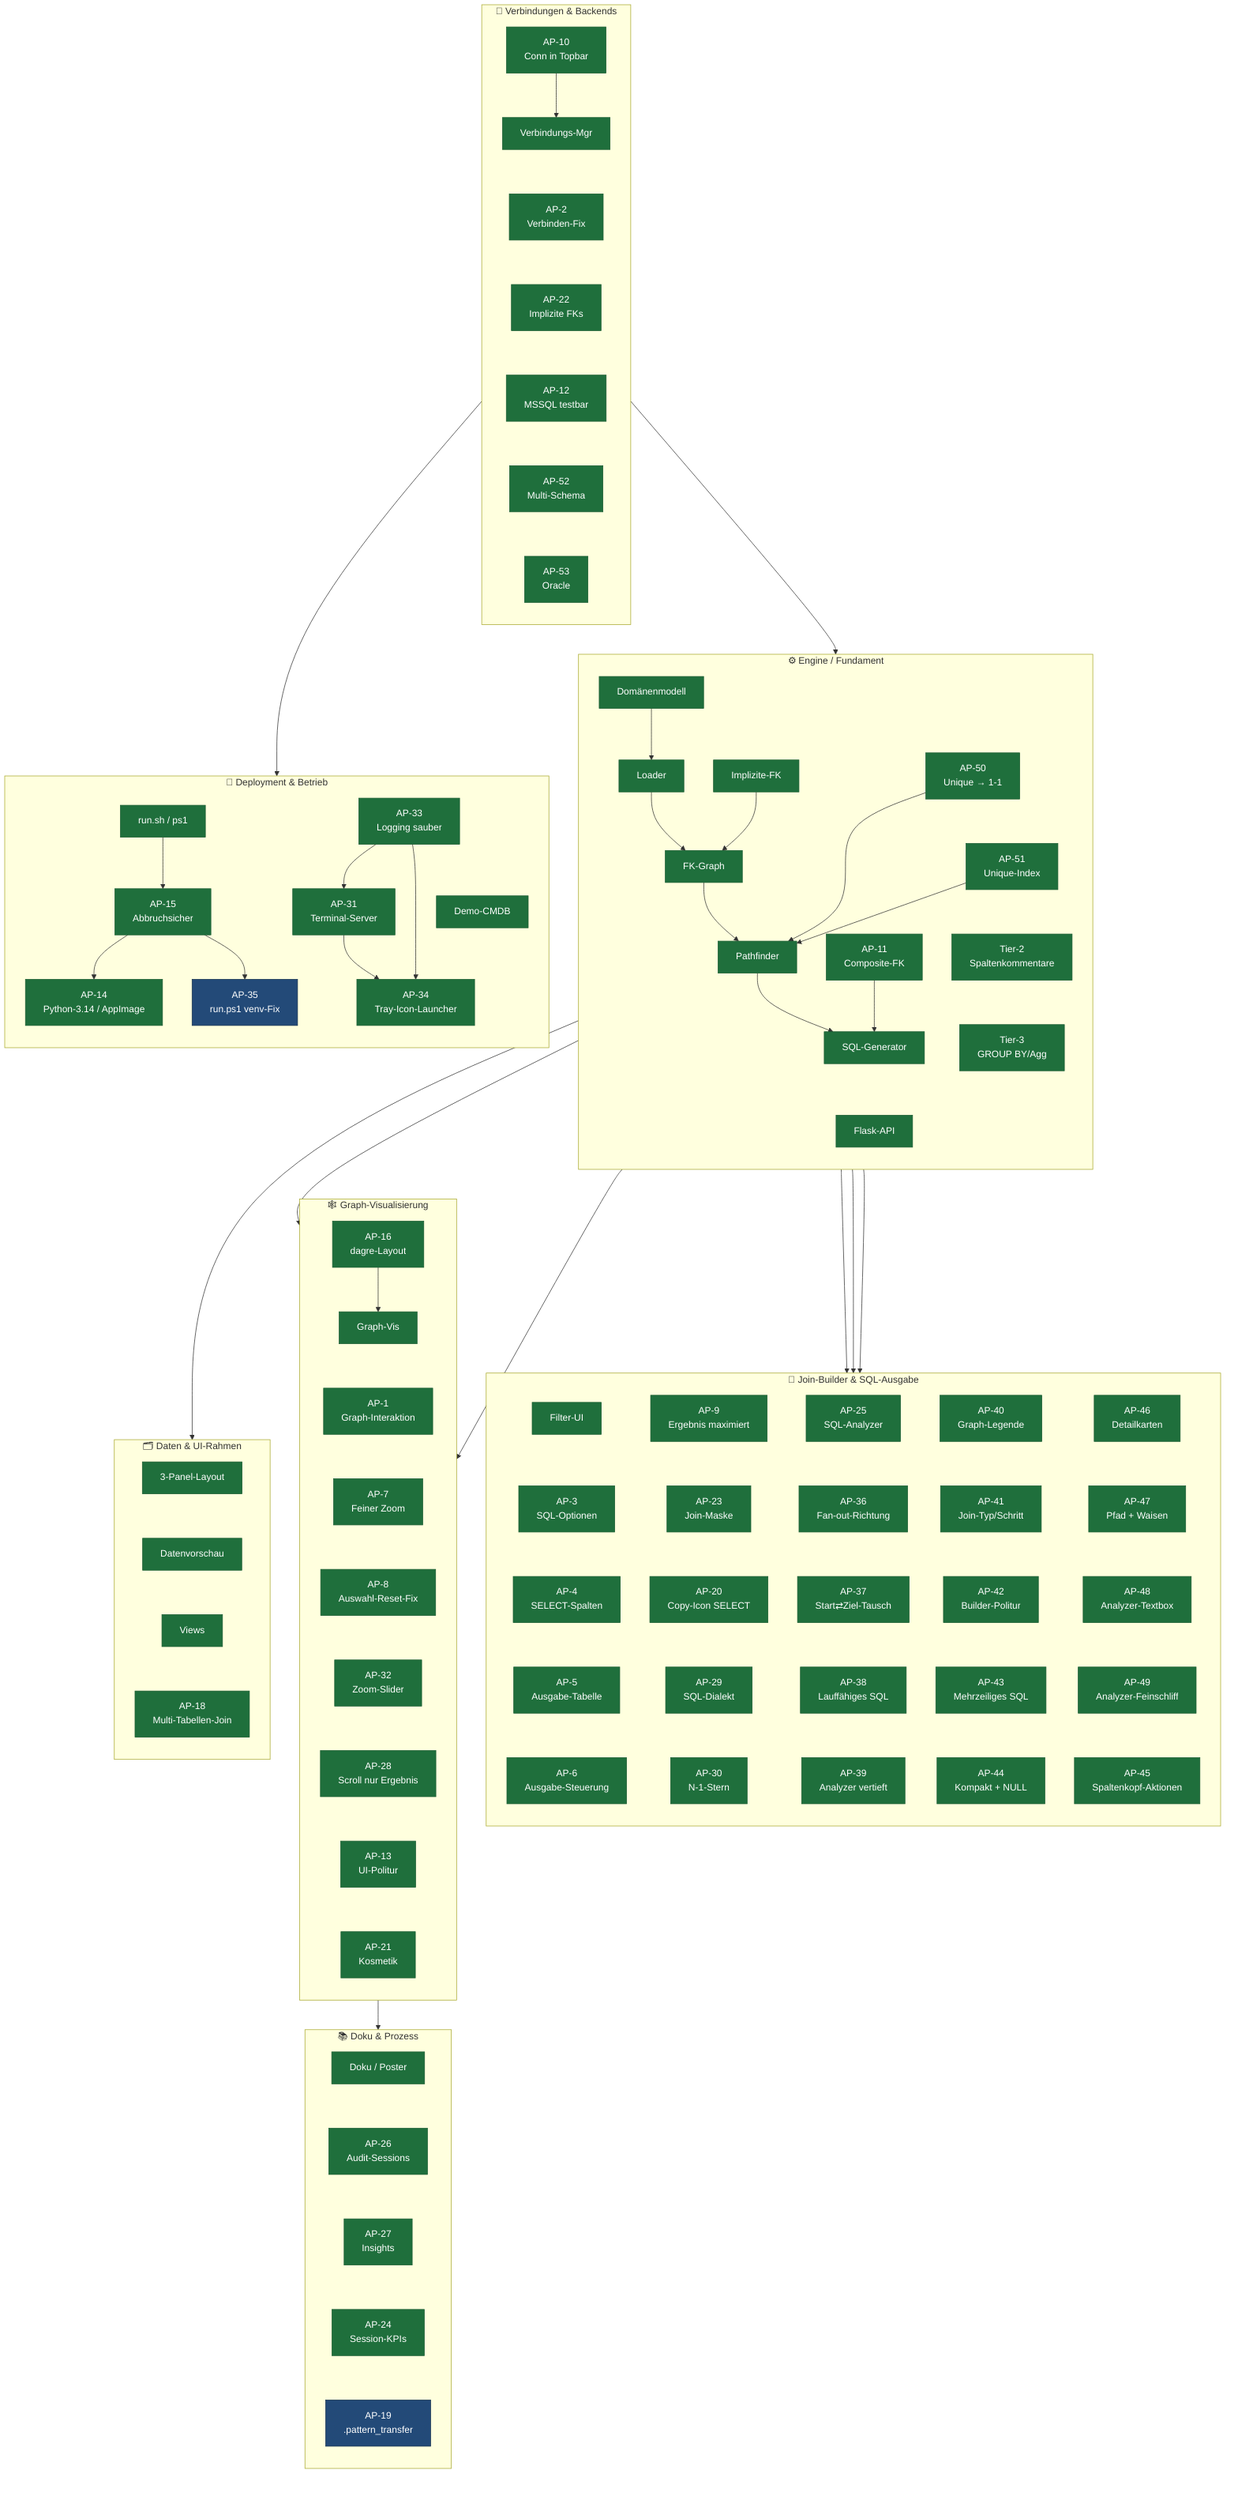
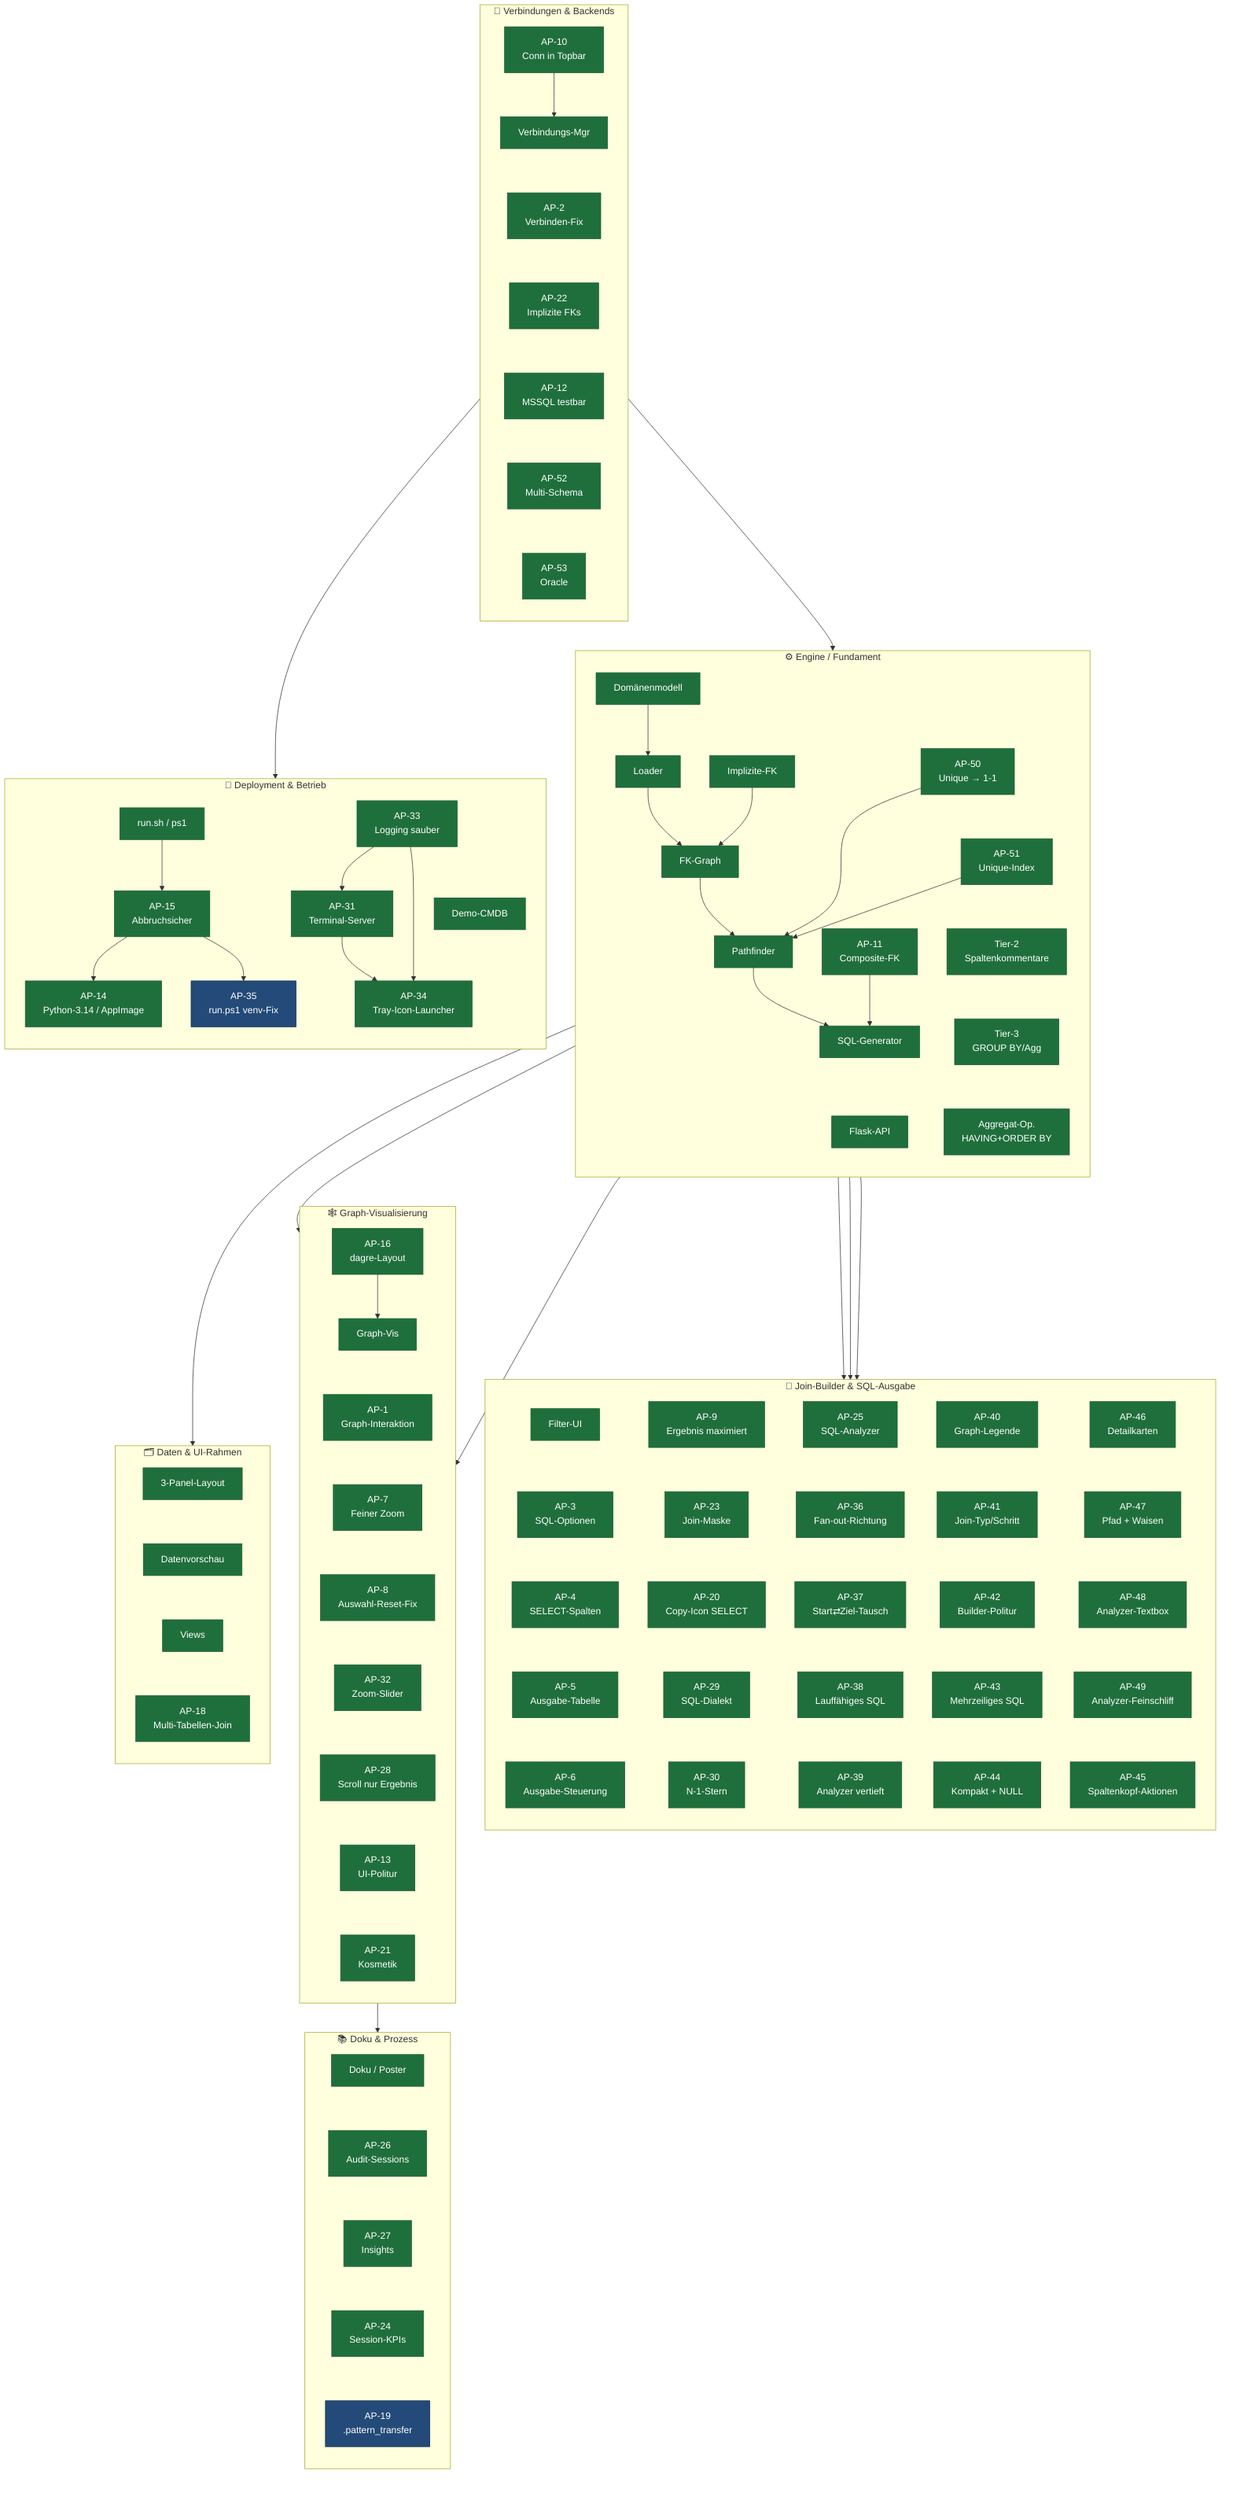
flowchart TB
    classDef done fill:#1f6f3c,color:#fff,stroke:#1a5c32,stroke-width:1px
    classDef plan fill:#234a78,color:#fff,stroke:#16314f,stroke-width:1px

    %% ── C1 · Engine / Fundament ──────────────────────────────────────────
    subgraph C1["⚙️  Engine / Fundament"]
        direction TB
        E1["Domänenmodell"]
        E2["Loader"]
        E3["FK-Graph"]
        E4["Pathfinder"]
        E5["SQL-Generator"]
        E6["Flask-API"]
        E7["AP-11\nComposite-FK"]
        E8["Implizite-FK"]
        E9["AP-50\nUnique → 1-1"]
        E10["AP-51\nUnique-Index"]
        E11["Tier-2\nSpaltenkommentare"]
        E12["Tier-3\nGROUP BY/Agg"]
+         E13["Aggregat-Op.\nHAVING+ORDER BY"]
        E1 --> E2 --> E3 --> E4 --> E5
        E7 --> E5
        E8 --> E3
        E9 --> E4
        E10 --> E4
        E5 ~~~ E6
        E9 ~~~ E10
        E10 ~~~ E11
        E11 ~~~ E12
+         E12 ~~~ E13
    end

    %% ── C2 · Verbindungen & Backends ─────────────────────────────────────
    subgraph C2["🔌  Verbindungen & Backends"]
        direction TB
        V1["Verbindungs-Mgr"]
        V2["AP-2\nVerbinden-Fix"]
        V3["AP-10\nConn in Topbar"]
        V4["AP-12\nMSSQL testbar"]
        V5["AP-22\nImplizite FKs"]
        V6["AP-52\nMulti-Schema"]
        V7["AP-53\nOracle"]
        V3 --> V1
        V1 ~~~ V2 ~~~ V5 ~~~ V4 ~~~ V6 ~~~ V7
    end

    %% ── C3 · Join-Builder & SQL-Ausgabe ──────────────────────────────────
    subgraph C3["🧩  Join-Builder & SQL-Ausgabe"]
        direction TB
        J1["Filter-UI"]
        J2["AP-3\nSQL-Optionen"]
        J3["AP-4\nSELECT-Spalten"]
        J4["AP-5\nAusgabe-Tabelle"]
        J5["AP-6\nAusgabe-Steuerung"]
        J6["AP-9\nErgebnis maximiert"]
        J7["AP-23\nJoin-Maske"]
        J8["AP-20\nCopy-Icon SELECT"]
        J9["AP-29\nSQL-Dialekt"]
        J10["AP-30\nN-1-Stern"]
        J11["AP-25\nSQL-Analyzer"]
        J12["AP-36\nFan-out-Richtung"]
        J13["AP-37\nStart⇄Ziel-Tausch"]
        J14["AP-38\nLauffähiges SQL"]
        J15["AP-39\nAnalyzer vertieft"]
        J16["AP-40\nGraph-Legende"]
        J17["AP-41\nJoin-Typ/Schritt"]
        J18["AP-42\nBuilder-Politur"]
        J19["AP-43\nMehrzeiliges SQL"]
        J20["AP-44\nKompakt + NULL"]
        J21["AP-46\nDetailkarten"]
        J22["AP-47\nPfad + Waisen"]
        J23["AP-48\nAnalyzer-Textbox"]
        J24["AP-49\nAnalyzer-Feinschliff"]
        J25["AP-45\nSpaltenkopf-Aktionen"]
        %% In 5 parallele Spalten gepackt (statt einer 25-Boxen-Säule) → kompaktes Gitter
        J1 ~~~ J2 ~~~ J3 ~~~ J4 ~~~ J5
        J6 ~~~ J7 ~~~ J8 ~~~ J9 ~~~ J10
        J11 ~~~ J12 ~~~ J13 ~~~ J14 ~~~ J15
        J16 ~~~ J17 ~~~ J18 ~~~ J19 ~~~ J20
        J21 ~~~ J22 ~~~ J23 ~~~ J24 ~~~ J25
    end

    %% ── C4 · Graph-Visualisierung ────────────────────────────────────────
    subgraph C4["🕸️  Graph-Visualisierung"]
        direction TB
        G1["Graph-Vis"]
        G2["AP-1\nGraph-Interaktion"]
        G3["AP-7\nFeiner Zoom"]
        G4["AP-8\nAuswahl-Reset-Fix"]
        G5["AP-16\ndagre-Layout"]
        G6["AP-32\nZoom-Slider"]
        G7["AP-28\nScroll nur Ergebnis"]
        G8["AP-13\nUI-Politur"]
        G9["AP-21\nKosmetik"]
        G5 --> G1
        G1 ~~~ G2 ~~~ G3 ~~~ G4 ~~~ G6 ~~~ G7 ~~~ G8 ~~~ G9
    end

    %% ── C5 · Daten & UI-Rahmen ───────────────────────────────────────────
    subgraph C5["🗂️  Daten & UI-Rahmen"]
        direction TB
        D1["3-Panel-Layout"]
        D2["Datenvorschau"]
        D3["Views"]
        D4["AP-18\nMulti-Tabellen-Join"]
        D1 ~~~ D2 ~~~ D3 ~~~ D4
    end

    %% ── C6 · Deployment & Betrieb ────────────────────────────────────────
    subgraph C6["🚀  Deployment & Betrieb"]
        direction TB
        B1["Demo-CMDB"]
        B2["run.sh / ps1"]
        B3["AP-15\nAbbruchsicher"]
        B4["AP-14\nPython-3.14 / AppImage"]
        B5["AP-35\nrun.ps1 venv-Fix"]
        B7["AP-31\nTerminal-Server"]
        B8["AP-33\nLogging sauber"]
        B9["AP-34\nTray-Icon-Launcher"]
        B2 --> B3
        B3 --> B4
        B3 --> B5
        B8 --> B7
        B7 --> B9
        B8 --> B9
        B1 ~~~ B9
    end

    %% ── C7 · Doku & Prozess ──────────────────────────────────────────────
    subgraph C7["📚  Doku & Prozess"]
        direction TB
        K1["Doku / Poster"]
        K2["AP-26\nAudit-Sessions"]
        K3["AP-27\nInsights"]
        K5["AP-24\nSession-KPIs"]
        K4["AP-19\n.pattern_transfer"]
        K1 ~~~ K2 ~~~ K3 ~~~ K5 ~~~ K4
    end

    %% ── Cluster-übergreifende Abhängigkeiten ─────────────────────────────
    V1 --> E2
    E5 --> J1
    E5 --> J9
    E5 --> J11
    E4 --> G2
    E3 --> G1
    E6 --> D1
    V4 --> B7
    G5 --> K2

-     class E1,E2,E3,E4,E5,E6,E7,E8,E9,E10,E11,E12 done
+     class E1,E2,E3,E4,E5,E6,E7,E8,E9,E10,E11,E12,E13 done
    class V1,V2,V3,V4,V5,V6,V7 done
    class J1,J2,J3,J4,J5,J6,J7,J8,J9,J10,J11,J12,J13,J14,J15,J16,J17,J18,J19,J20,J21,J22,J23,J24,J25 done
    class G1,G2,G3,G4,G5,G6,G7,G8,G9 done
    class D1,D2,D3,D4 done
    class B1,B2,B3,B4,B7,B8,B9 done
    class B5 plan
    class K1,K2,K3,K5 done
    class K4 plan
